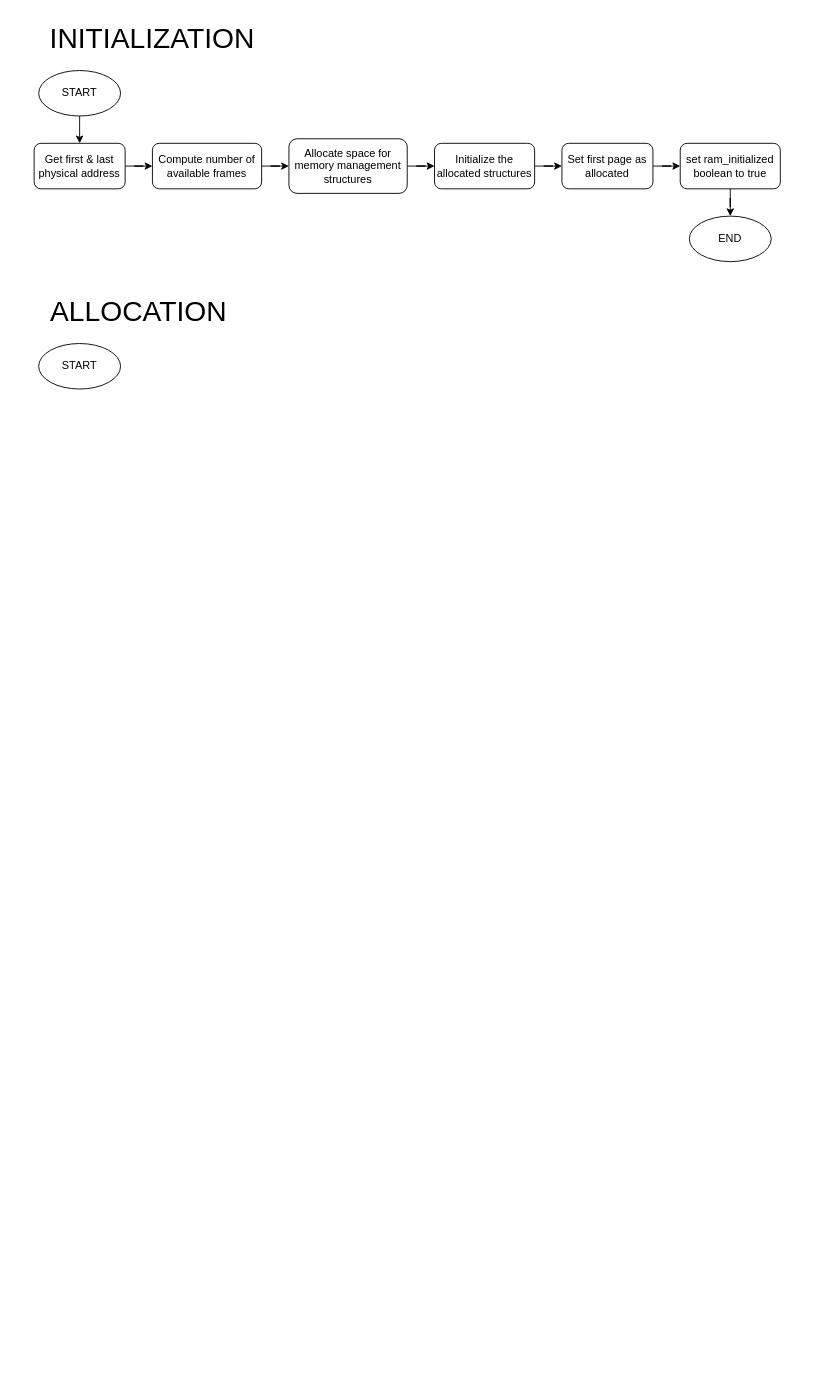
Earlier version of the draw.io diagram page "Memory management" (2 of 3) of Flow Charts.drawio (Davide619/OS161). Source tidied: cells renumbered, new cells numbered last; positions are measured from the earlier drawing's top-left corner, leaving out a move shared by most shapes. Both pictures are drawn from the tidied source at 91%, with x=0, y=0 at pixel (34, 15).
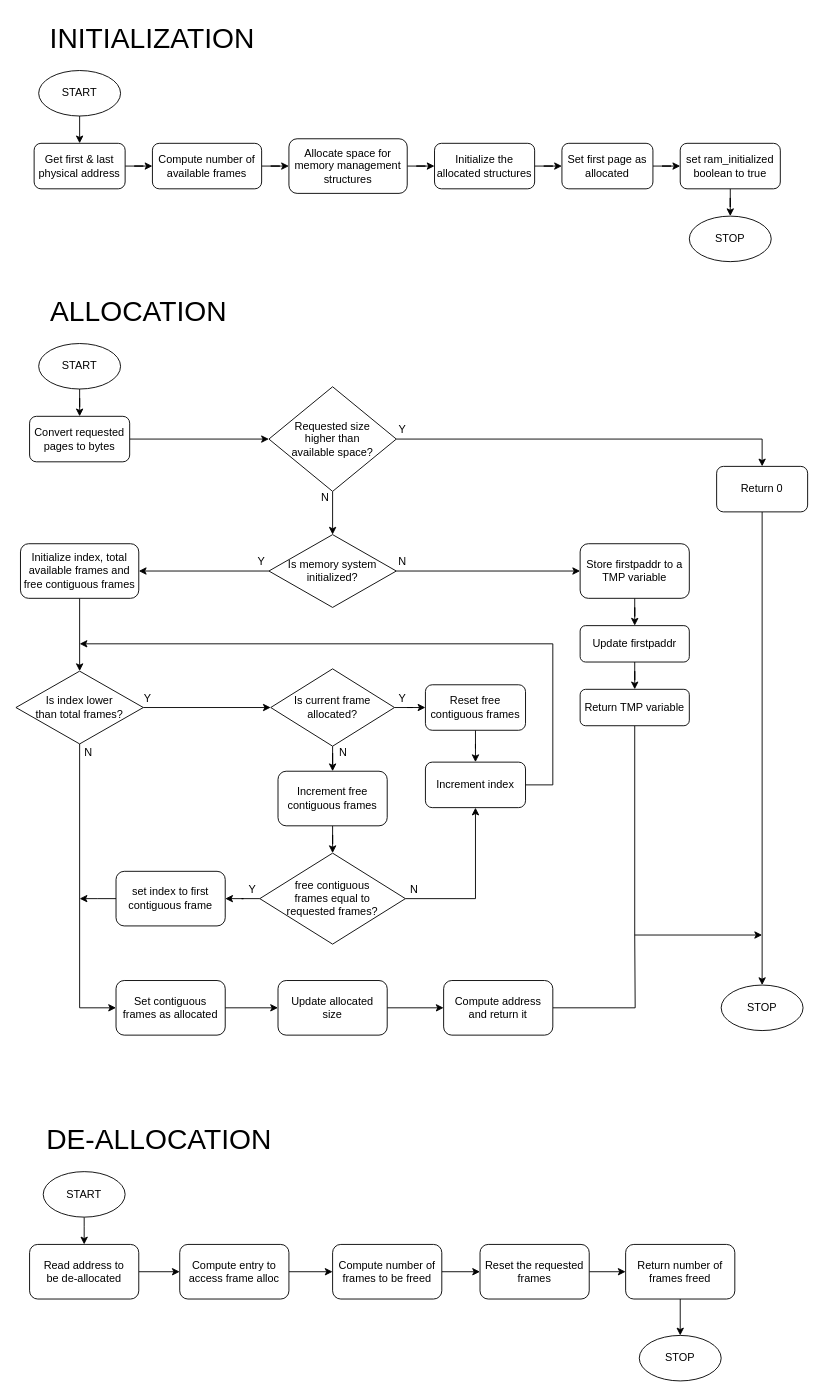
Above is the later version.

Commit message:
Update Flow Charts

Unchanged cells that the change refers to:
```xml
<mxCell id="19" value="START" style="ellipse;whiteSpace=wrap;html=1;" parent="1" vertex="1">
  <mxGeometry x="5" y="360" width="90" height="50" as="geometry" />
</mxCell>
```

Diff of the diagram source:
```diff
@@
-    <mxCell id="16" value="END" style="ellipse;whiteSpace=wrap;html=1;" parent="1" vertex="1">
+    <mxCell id="16" value="STOP" style="ellipse;whiteSpace=wrap;html=1;" parent="1" vertex="1">
       <mxGeometry x="720" y="220" width="90" height="50" as="geometry" />
     </mxCell>
@@
+    <mxCell id="20" style="edgeStyle=orthogonalEdgeStyle;rounded=0;jettySize=auto;html=1;" parent="1" edge="1" source="19" target="22">
+      <mxGeometry relative="1" as="geometry" />
+    </mxCell>
@@
+    <mxCell id="21" style="edgeStyle=orthogonalEdgeStyle;rounded=0;jettySize=auto;html=1;entryX=0;entryY=0.5;entryDx=0;entryDy=0;" parent="1" edge="1" source="22" target="25">
+      <mxGeometry relative="1" as="geometry" />
+    </mxCell>
+    <mxCell id="22" value="Convert requested pages to bytes" style="rounded=1;whiteSpace=wrap;html=1;" parent="1" vertex="1">
+      <mxGeometry x="-5" y="440" width="110" height="50" as="geometry" />
+    </mxCell>
+    <mxCell id="23" style="edgeStyle=orthogonalEdgeStyle;rounded=0;jettySize=auto;html=1;entryX=0.5;entryY=0;entryDx=0;entryDy=0;" parent="1" edge="1" source="25" target="27">
+      <mxGeometry relative="1" as="geometry" />
+    </mxCell>
+    <mxCell id="24" style="edgeStyle=orthogonalEdgeStyle;rounded=0;jettySize=auto;html=1;" parent="1" edge="1" source="25" target="31">
+      <mxGeometry relative="1" as="geometry" />
+    </mxCell>
+    <mxCell id="25" value="Requested size &lt;br&gt;higher than &lt;br&gt;available space?" style="rhombus;whiteSpace=wrap;html=1;" parent="1" vertex="1">
+      <mxGeometry x="258" y="407.5" width="140" height="115" as="geometry" />
+    </mxCell>
+    <mxCell id="26" style="edgeStyle=orthogonalEdgeStyle;rounded=0;jettySize=auto;html=1;entryX=0.5;entryY=0;entryDx=0;entryDy=0;" parent="1" edge="1" source="27" target="67">
+      <mxGeometry relative="1" as="geometry" />
+    </mxCell>
+    <mxCell id="27" value="Return 0" style="rounded=1;whiteSpace=wrap;html=1;" parent="1" vertex="1">
+      <mxGeometry x="750" y="495" width="100" height="50" as="geometry" />
+    </mxCell>
+    <mxCell id="28" value="Y" style="text;html=1;strokeColor=none;fillColor=none;align=center;verticalAlign=middle;whiteSpace=wrap;rounded=0;" parent="1" vertex="1">
+      <mxGeometry x="375" y="440" width="60" height="30" as="geometry" />
+    </mxCell>
+    <mxCell id="29" style="edgeStyle=orthogonalEdgeStyle;rounded=0;jettySize=auto;html=1;entryX=0;entryY=0.5;entryDx=0;entryDy=0;" parent="1" edge="1" source="31" target="34">
+      <mxGeometry relative="1" as="geometry" />
+    </mxCell>
+    <mxCell id="30" style="edgeStyle=orthogonalEdgeStyle;rounded=0;jettySize=auto;html=1;entryX=1;entryY=0.5;entryDx=0;entryDy=0;" parent="1" edge="1" source="31" target="42">
+      <mxGeometry relative="1" as="geometry" />
+    </mxCell>
+    <mxCell id="31" value="Is memory system &lt;br&gt;initialized?" style="rhombus;whiteSpace=wrap;html=1;" parent="1" vertex="1">
+      <mxGeometry x="258" y="570" width="140" height="80" as="geometry" />
+    </mxCell>
+    <mxCell id="32" value="N" style="text;html=1;strokeColor=none;fillColor=none;align=center;verticalAlign=middle;whiteSpace=wrap;rounded=0;" parent="1" vertex="1">
+      <mxGeometry x="290" y="515" width="60" height="30" as="geometry" />
+    </mxCell>
+    <mxCell id="33" style="edgeStyle=orthogonalEdgeStyle;rounded=0;jettySize=auto;html=1;entryX=0.5;entryY=0;entryDx=0;entryDy=0;" parent="1" edge="1" source="34" target="36">
+      <mxGeometry relative="1" as="geometry" />
+    </mxCell>
+    <mxCell id="34" value="Store firstpaddr to a TMP variable" style="rounded=1;whiteSpace=wrap;html=1;" parent="1" vertex="1">
+      <mxGeometry x="600" y="580" width="120" height="60" as="geometry" />
+    </mxCell>
+    <mxCell id="35" style="edgeStyle=orthogonalEdgeStyle;rounded=0;jettySize=auto;html=1;entryX=0.5;entryY=0;entryDx=0;entryDy=0;" parent="1" edge="1" source="36" target="38">
+      <mxGeometry relative="1" as="geometry" />
+    </mxCell>
+    <mxCell id="36" value="Update firstpaddr" style="rounded=1;whiteSpace=wrap;html=1;" parent="1" vertex="1">
+      <mxGeometry x="600" y="670" width="120" height="40" as="geometry" />
+    </mxCell>
+    <mxCell id="37" style="edgeStyle=orthogonalEdgeStyle;rounded=0;jettySize=auto;html=1;endArrow=none;endFill=0;" parent="1" edge="1" source="38">
+      <mxGeometry relative="1" as="geometry">
+        <mxPoint x="660" y="1010" as="targetPoint" />
+        <Array as="points">
+          <mxPoint x="660" y="1010" />
+        </Array>
+      </mxGeometry>
+    </mxCell>
+    <mxCell id="38" value="Return TMP variable" style="rounded=1;whiteSpace=wrap;html=1;" parent="1" vertex="1">
+      <mxGeometry x="600" y="740" width="120" height="40" as="geometry" />
+    </mxCell>
+    <mxCell id="39" value="N" style="text;html=1;strokeColor=none;fillColor=none;align=center;verticalAlign=middle;whiteSpace=wrap;rounded=0;" parent="1" vertex="1">
+      <mxGeometry x="375" y="585" width="60" height="30" as="geometry" />
+    </mxCell>
+    <mxCell id="40" value="Y" style="text;html=1;strokeColor=none;fillColor=none;align=center;verticalAlign=middle;whiteSpace=wrap;rounded=0;" parent="1" vertex="1">
+      <mxGeometry x="220" y="585" width="60" height="30" as="geometry" />
+    </mxCell>
+    <mxCell id="41" style="edgeStyle=orthogonalEdgeStyle;rounded=0;jettySize=auto;html=1;entryX=0.5;entryY=0;entryDx=0;entryDy=0;" parent="1" edge="1" source="42" target="45">
+      <mxGeometry relative="1" as="geometry" />
+    </mxCell>
+    <mxCell id="42" value="Initialize index, total available frames and free contiguous frames" style="rounded=1;whiteSpace=wrap;html=1;" parent="1" vertex="1">
+      <mxGeometry x="-15" y="580" width="130" height="60" as="geometry" />
+    </mxCell>
+    <mxCell id="43" style="edgeStyle=orthogonalEdgeStyle;rounded=0;jettySize=auto;html=1;entryX=0;entryY=0.5;entryDx=0;entryDy=0;" parent="1" edge="1" source="45" target="48">
+      <mxGeometry relative="1" as="geometry" />
+    </mxCell>
+    <mxCell id="44" style="edgeStyle=orthogonalEdgeStyle;rounded=0;jettySize=auto;html=1;entryX=0;entryY=0.5;entryDx=0;entryDy=0;" parent="1" edge="1" source="45" target="62">
+      <mxGeometry relative="1" as="geometry" />
+    </mxCell>
+    <mxCell id="45" value="Is index lower &lt;br&gt;than total frames?" style="rhombus;whiteSpace=wrap;html=1;" parent="1" vertex="1">
+      <mxGeometry x="-20" y="720" width="140" height="80" as="geometry" />
+    </mxCell>
+    <mxCell id="46" style="edgeStyle=orthogonalEdgeStyle;rounded=0;jettySize=auto;html=1;entryX=0;entryY=0.5;entryDx=0;entryDy=0;" parent="1" edge="1" source="48" target="51">
+      <mxGeometry relative="1" as="geometry" />
+    </mxCell>
+    <mxCell id="47" style="edgeStyle=orthogonalEdgeStyle;rounded=0;jettySize=auto;html=1;entryX=0.5;entryY=0;entryDx=0;entryDy=0;" parent="1" edge="1" source="48" target="55">
+      <mxGeometry relative="1" as="geometry" />
+    </mxCell>
+    <mxCell id="48" value="Is current frame &lt;br&gt;allocated?" style="rhombus;whiteSpace=wrap;html=1;" parent="1" vertex="1">
+      <mxGeometry x="260" y="717.5" width="136" height="85" as="geometry" />
+    </mxCell>
+    <mxCell id="49" value="Y" style="text;html=1;strokeColor=none;fillColor=none;align=center;verticalAlign=middle;whiteSpace=wrap;rounded=0;" parent="1" vertex="1">
+      <mxGeometry x="95" y="735" width="60" height="30" as="geometry" />
+    </mxCell>
+    <mxCell id="50" style="edgeStyle=orthogonalEdgeStyle;rounded=0;jettySize=auto;html=1;entryX=0.5;entryY=0;entryDx=0;entryDy=0;" parent="1" edge="1" source="51" target="53">
+      <mxGeometry relative="1" as="geometry" />
+    </mxCell>
+    <mxCell id="51" value="Reset free&lt;br&gt;contiguous frames" style="rounded=1;whiteSpace=wrap;html=1;" parent="1" vertex="1">
+      <mxGeometry x="430" y="735" width="110" height="50" as="geometry" />
+    </mxCell>
+    <mxCell id="52" style="edgeStyle=orthogonalEdgeStyle;rounded=0;jettySize=auto;html=1;" parent="1" edge="1" source="53">
+      <mxGeometry relative="1" as="geometry">
+        <mxPoint x="50" y="690" as="targetPoint" />
+        <Array as="points">
+          <mxPoint x="570" y="845" />
+          <mxPoint x="570" y="690" />
+          <mxPoint x="50" y="690" />
+        </Array>
+      </mxGeometry>
+    </mxCell>
+    <mxCell id="53" value="Increment index" style="rounded=1;whiteSpace=wrap;html=1;" parent="1" vertex="1">
+      <mxGeometry x="430" y="820" width="110" height="50" as="geometry" />
+    </mxCell>
+    <mxCell id="54" style="edgeStyle=orthogonalEdgeStyle;rounded=0;jettySize=auto;html=1;entryX=0.5;entryY=0;entryDx=0;entryDy=0;" parent="1" edge="1" source="55" target="58">
+      <mxGeometry relative="1" as="geometry" />
+    </mxCell>
+    <mxCell id="55" value="Increment free&lt;br&gt;contiguous frames" style="rounded=1;whiteSpace=wrap;html=1;" parent="1" vertex="1">
+      <mxGeometry x="268" y="830" width="120" height="60" as="geometry" />
+    </mxCell>
+    <mxCell id="56" style="edgeStyle=orthogonalEdgeStyle;rounded=0;jettySize=auto;html=1;entryX=0.5;entryY=1;entryDx=0;entryDy=0;" parent="1" edge="1" source="58" target="53">
+      <mxGeometry relative="1" as="geometry" />
+    </mxCell>
+    <mxCell id="57" style="edgeStyle=orthogonalEdgeStyle;rounded=0;jettySize=auto;html=1;entryX=1;entryY=0.5;entryDx=0;entryDy=0;" parent="1" edge="1" source="58" target="60">
+      <mxGeometry relative="1" as="geometry" />
+    </mxCell>
+    <mxCell id="58" value="free contiguous &lt;br&gt;frames equal to&lt;br&gt;requested frames?" style="rhombus;whiteSpace=wrap;html=1;" parent="1" vertex="1">
+      <mxGeometry x="248" y="920" width="160" height="100" as="geometry" />
+    </mxCell>
+    <mxCell id="59" style="edgeStyle=orthogonalEdgeStyle;rounded=0;jettySize=auto;html=1;" parent="1" edge="1" source="60">
+      <mxGeometry relative="1" as="geometry">
+        <mxPoint x="50" y="970" as="targetPoint" />
+      </mxGeometry>
+    </mxCell>
+    <mxCell id="60" value="set index to first contiguous frame" style="rounded=1;whiteSpace=wrap;html=1;" parent="1" vertex="1">
+      <mxGeometry x="90" y="940" width="120" height="60" as="geometry" />
+    </mxCell>
+    <mxCell id="61" style="edgeStyle=orthogonalEdgeStyle;rounded=0;jettySize=auto;html=1;entryX=0;entryY=0.5;entryDx=0;entryDy=0;" parent="1" edge="1" source="62" target="64">
+      <mxGeometry relative="1" as="geometry" />
+    </mxCell>
+    <mxCell id="62" value="Set contiguous frames as allocated" style="rounded=1;whiteSpace=wrap;html=1;" parent="1" vertex="1">
+      <mxGeometry x="90" y="1060" width="120" height="60" as="geometry" />
+    </mxCell>
+    <mxCell id="63" style="edgeStyle=orthogonalEdgeStyle;rounded=0;jettySize=auto;html=1;entryX=0;entryY=0.5;entryDx=0;entryDy=0;" parent="1" edge="1" source="64" target="66">
+      <mxGeometry relative="1" as="geometry" />
+    </mxCell>
+    <mxCell id="64" value="Update allocated&lt;br&gt;size" style="rounded=1;whiteSpace=wrap;html=1;" parent="1" vertex="1">
+      <mxGeometry x="268" y="1060" width="120" height="60" as="geometry" />
+    </mxCell>
+    <mxCell id="65" style="edgeStyle=orthogonalEdgeStyle;rounded=0;jettySize=auto;html=1;endArrow=none;endFill=0;" parent="1" edge="1" source="66">
+      <mxGeometry relative="1" as="geometry">
+        <mxPoint x="660" y="1010" as="targetPoint" />
+      </mxGeometry>
+    </mxCell>
+    <mxCell id="66" value="Compute address&lt;br&gt;and return it" style="rounded=1;whiteSpace=wrap;html=1;" parent="1" vertex="1">
+      <mxGeometry x="450" y="1060" width="120" height="60" as="geometry" />
+    </mxCell>
+    <mxCell id="67" value="STOP" style="ellipse;whiteSpace=wrap;html=1;" parent="1" vertex="1">
+      <mxGeometry x="755" y="1065" width="90" height="50" as="geometry" />
+    </mxCell>
+    <mxCell id="68" value="N" style="text;html=1;strokeColor=none;fillColor=none;align=center;verticalAlign=middle;whiteSpace=wrap;rounded=0;" parent="1" vertex="1">
+      <mxGeometry x="30" y="795" width="60" height="30" as="geometry" />
+    </mxCell>
+    <mxCell id="69" value="Y" style="text;html=1;strokeColor=none;fillColor=none;align=center;verticalAlign=middle;whiteSpace=wrap;rounded=0;" parent="1" vertex="1">
+      <mxGeometry x="375" y="735" width="60" height="30" as="geometry" />
+    </mxCell>
+    <mxCell id="70" value="N" style="text;html=1;strokeColor=none;fillColor=none;align=center;verticalAlign=middle;whiteSpace=wrap;rounded=0;" parent="1" vertex="1">
+      <mxGeometry x="310" y="795" width="60" height="30" as="geometry" />
+    </mxCell>
+    <mxCell id="71" value="N" style="text;html=1;strokeColor=none;fillColor=none;align=center;verticalAlign=middle;whiteSpace=wrap;rounded=0;" parent="1" vertex="1">
+      <mxGeometry x="388" y="945" width="60" height="30" as="geometry" />
+    </mxCell>
+    <mxCell id="72" value="Y" style="text;html=1;strokeColor=none;fillColor=none;align=center;verticalAlign=middle;whiteSpace=wrap;rounded=0;" parent="1" vertex="1">
+      <mxGeometry x="210" y="945" width="60" height="30" as="geometry" />
+    </mxCell>
+    <mxCell id="73" style="endArrow=classic;html=1;rounded=0;" parent="1" edge="1">
+      <mxGeometry relative="1" as="geometry">
+        <mxPoint x="660" y="1010" as="sourcePoint" />
+        <mxPoint x="800" y="1010" as="targetPoint" />
+      </mxGeometry>
+    </mxCell>
+    <mxCell id="74" value="&lt;font style=&quot;font-size: 31px;&quot;&gt;DE-ALLOCATION&lt;/font&gt;" style="text;html=1;strokeColor=none;fillColor=none;align=center;verticalAlign=middle;whiteSpace=wrap;rounded=0;" parent="1" vertex="1">
+      <mxGeometry x="5" y="1210" width="265" height="50" as="geometry" />
+    </mxCell>
+    <mxCell id="75" style="edgeStyle=orthogonalEdgeStyle;rounded=0;jettySize=auto;html=1;endArrow=classic;endFill=1;" parent="1" edge="1" source="76" target="78">
+      <mxGeometry relative="1" as="geometry">
+        <Array as="points">
+          <mxPoint x="55" y="1330" />
+          <mxPoint x="55" y="1330" />
+        </Array>
+      </mxGeometry>
+    </mxCell>
+    <mxCell id="76" value="START" style="ellipse;whiteSpace=wrap;html=1;" parent="1" vertex="1">
+      <mxGeometry x="10" y="1270" width="90" height="50" as="geometry" />
+    </mxCell>
+    <mxCell id="77" style="edgeStyle=orthogonalEdgeStyle;rounded=0;jettySize=auto;html=1;entryX=0;entryY=0.5;entryDx=0;entryDy=0;endArrow=classic;endFill=1;" parent="1" edge="1" source="78" target="80">
+      <mxGeometry relative="1" as="geometry" />
+    </mxCell>
+    <mxCell id="78" value="Read address to&lt;br&gt;be de-allocated" style="rounded=1;whiteSpace=wrap;html=1;" parent="1" vertex="1">
+      <mxGeometry x="-5" y="1350" width="120" height="60" as="geometry" />
+    </mxCell>
+    <mxCell id="79" style="edgeStyle=orthogonalEdgeStyle;rounded=0;jettySize=auto;html=1;entryX=0;entryY=0.5;entryDx=0;entryDy=0;endArrow=classic;endFill=1;" parent="1" edge="1" source="80" target="82">
+      <mxGeometry relative="1" as="geometry" />
+    </mxCell>
+    <mxCell id="80" value="Compute entry to access frame alloc" style="rounded=1;whiteSpace=wrap;html=1;" parent="1" vertex="1">
+      <mxGeometry x="160" y="1350" width="120" height="60" as="geometry" />
+    </mxCell>
+    <mxCell id="81" style="edgeStyle=orthogonalEdgeStyle;rounded=0;jettySize=auto;html=1;entryX=0;entryY=0.5;entryDx=0;entryDy=0;endArrow=classic;endFill=1;" parent="1" edge="1" source="82" target="84">
+      <mxGeometry relative="1" as="geometry" />
+    </mxCell>
+    <mxCell id="82" value="Compute number of frames to be freed" style="rounded=1;whiteSpace=wrap;html=1;" parent="1" vertex="1">
+      <mxGeometry x="328" y="1350" width="120" height="60" as="geometry" />
+    </mxCell>
+    <mxCell id="83" style="edgeStyle=orthogonalEdgeStyle;rounded=0;jettySize=auto;html=1;entryX=0;entryY=0.5;entryDx=0;entryDy=0;endArrow=classic;endFill=1;" parent="1" edge="1" source="84" target="86">
+      <mxGeometry relative="1" as="geometry" />
+    </mxCell>
+    <mxCell id="84" value="Reset the requested frames" style="rounded=1;whiteSpace=wrap;html=1;" parent="1" vertex="1">
+      <mxGeometry x="490" y="1350" width="120" height="60" as="geometry" />
+    </mxCell>
+    <mxCell id="85" style="edgeStyle=orthogonalEdgeStyle;rounded=0;jettySize=auto;html=1;entryX=0.5;entryY=0;entryDx=0;entryDy=0;endArrow=classic;endFill=1;" parent="1" edge="1" source="86" target="87">
+      <mxGeometry relative="1" as="geometry" />
+    </mxCell>
+    <mxCell id="86" value="Return number of frames freed" style="rounded=1;whiteSpace=wrap;html=1;" parent="1" vertex="1">
+      <mxGeometry x="650" y="1350" width="120" height="60" as="geometry" />
+    </mxCell>
+    <mxCell id="87" value="STOP" style="ellipse;whiteSpace=wrap;html=1;" parent="1" vertex="1">
+      <mxGeometry x="665" y="1450" width="90" height="50" as="geometry" />
+    </mxCell>
```
